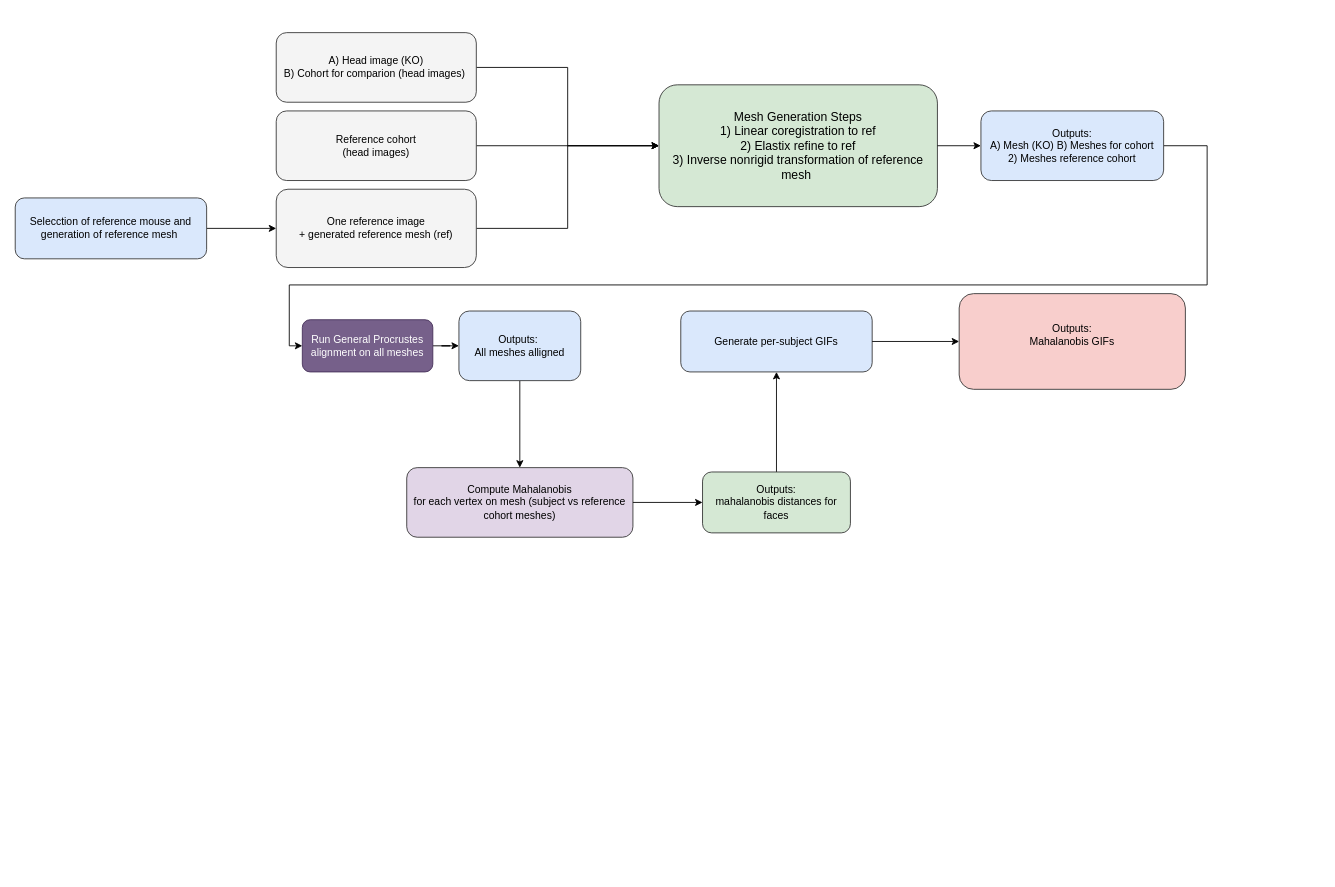
Above: compare_cohorts_per_subject.drawio in vendanov/SkullShape_clone (draw.io), before the change. Source tidied: cells renumbered, new cells numbered last; positions are measured from the earlier drawing's top-left corner, leaving out a move shared by most shapes. Both pictures are drawn from the tidied source at 87%, with x=0, y=0 at pixel (15, 32).
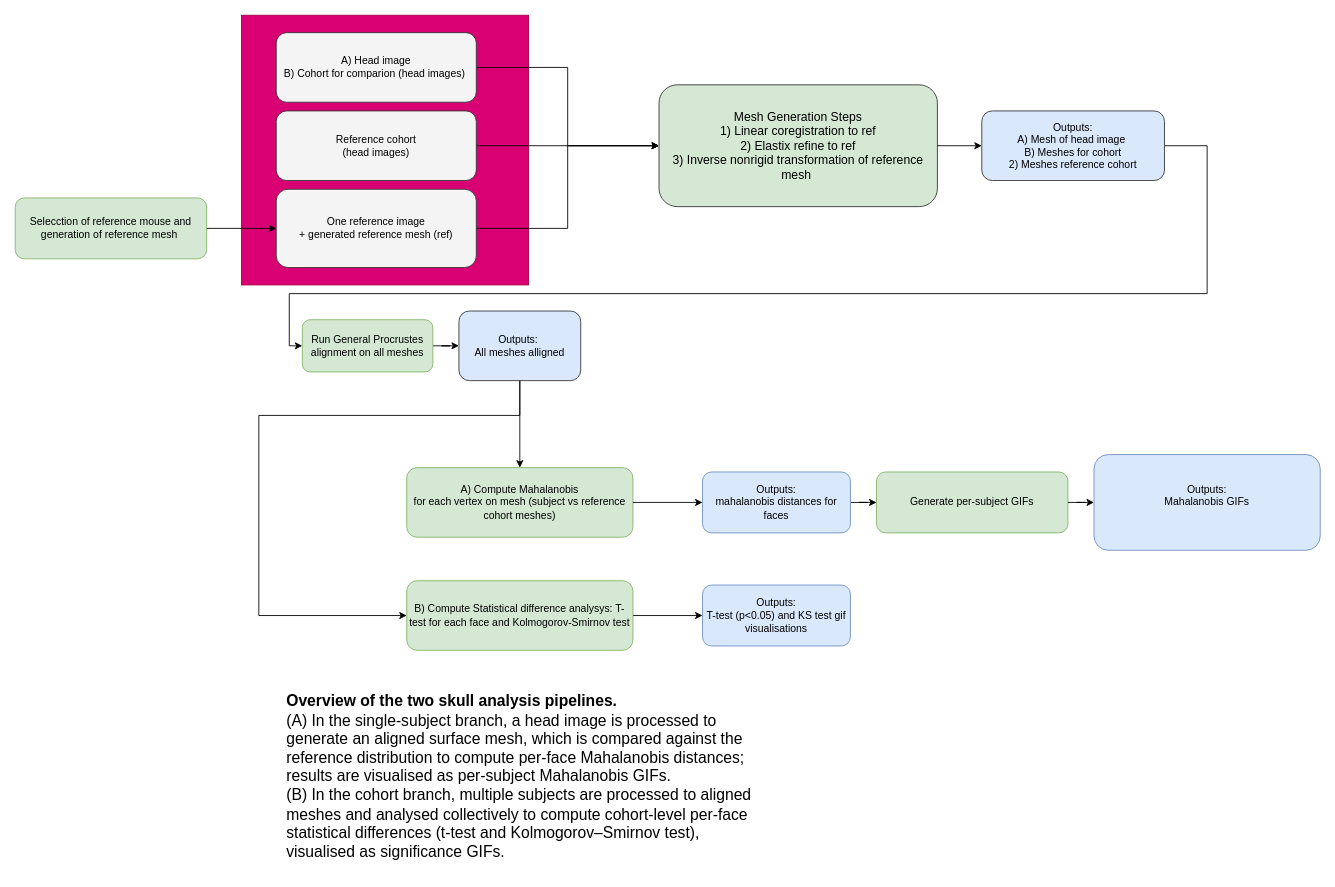
After the change.

Commit message (it also covers changes not shown here):
Filter phantom subjects from head extraction

Unchanged cells that the change refers to:
```xml
<mxCell id="20" value="Outputs:&amp;nbsp;&lt;br&gt;All meshes alligned" style="rounded=1;whiteSpace=wrap;html=1;fillColor=#dae8fc;strokeColor=#333333;" parent="1" vertex="1">
  <mxGeometry x="510" y="320" width="140" height="80" as="geometry" />
</mxCell>
```

The edit, as a diff of the source:
```diff
@@
+    <mxCell id="25" style="rounded=0;whiteSpace=wrap;html=1;fillColor=#d80073;strokeColor=#A50040;fontColor=#ffffff;" parent="1" vertex="1">
+      <mxGeometry x="260" y="-20" width="330" height="310" as="geometry" />
+    </mxCell>
@@
-    <mxCell id="3" value="A) Head image (KO)&lt;br&gt;B) Cohort for comparion (head images)&amp;nbsp;" style="rounded=1;whiteSpace=wrap;html=1;fillColor=#f4f4f4;strokeColor=#333333;" parent="1" vertex="1">
+    <mxCell id="3" value="A) Head image&lt;br&gt;B) Cohort for comparion (head images)&amp;nbsp;" style="rounded=1;whiteSpace=wrap;html=1;fillColor=#f4f4f4;strokeColor=#333333;" parent="1" vertex="1">
       <mxGeometry x="300" width="230" height="80" as="geometry" />
     </mxCell>
@@
     <mxCell id="9" style="edgeStyle=orthogonalEdgeStyle;rounded=0;jettySize=auto;html=1;exitX=1;exitY=0.5;exitDx=0;exitDy=0;entryX=0;entryY=0.5;entryDx=0;entryDy=0;" parent="1" edge="1" source="10" target="18">
       <mxGeometry relative="1" as="geometry">
         <Array as="points">
           <mxPoint x="1370" y="130" />
-          <mxPoint x="1370" y="290" />
-          <mxPoint x="315" y="290" />
+          <mxPoint x="1370" y="300" />
+          <mxPoint x="315" y="300" />
           <mxPoint x="315" y="360" />
         </Array>
       </mxGeometry>
     </mxCell>
-    <mxCell id="10" value="Outputs:&lt;div&gt;A) Mesh (KO) B) Meshes for cohort&lt;/div&gt;&lt;div&gt;2) Meshes reference cohort&lt;/div&gt;" style="rounded=1;whiteSpace=wrap;html=1;fillColor=#dae8fc;strokeColor=#333333;" parent="1" vertex="1">
-      <mxGeometry x="1110" y="90" width="210" height="80" as="geometry" />
+    <mxCell id="10" value="Outputs:&lt;div&gt;A) Mesh of head image&amp;nbsp;&lt;/div&gt;&lt;div&gt;B) Meshes for cohort&lt;/div&gt;&lt;div&gt;2) Meshes reference cohort&lt;/div&gt;" style="rounded=1;whiteSpace=wrap;html=1;fillColor=#dae8fc;strokeColor=#333333;" parent="1" vertex="1">
+      <mxGeometry x="1111" y="90" width="210" height="80" as="geometry" />
     </mxCell>
-    <mxCell id="11" value="Compute Mahalanobis&lt;div&gt;for each vertex on mesh (subject vs reference cohort meshes)&lt;/div&gt;" style="rounded=1;whiteSpace=wrap;html=1;fillColor=#e1d5e7;strokeColor=#333333;" parent="1" vertex="1">
+    <mxCell id="11" value="A) Compute Mahalanobis&lt;div&gt;for each vertex on mesh (subject vs reference cohort meshes)&lt;/div&gt;" style="rounded=1;whiteSpace=wrap;html=1;fillColor=#d5e8d4;strokeColor=#82b366;" parent="1" vertex="1">
       <mxGeometry x="450" y="500" width="260" height="80" as="geometry" />
     </mxCell>
-    <mxCell id="12" value="Generate per-subject GIFs" style="rounded=1;whiteSpace=wrap;html=1;fillColor=#dae8fc;strokeColor=#333333;" parent="1" vertex="1">
-      <mxGeometry x="765" y="320" width="220" height="70" as="geometry" />
+    <mxCell id="12" value="Generate per-subject GIFs" style="rounded=1;whiteSpace=wrap;html=1;fillColor=#d5e8d4;strokeColor=#82b366;" parent="1" vertex="1">
+      <mxGeometry x="990" y="505" width="220" height="70" as="geometry" />
     </mxCell>
-    <mxCell id="13" value="Outputs:&lt;br&gt;Mahalanobis GIFs&lt;div&gt;&lt;br&gt;&lt;/div&gt;" style="rounded=1;whiteSpace=wrap;html=1;fillColor=#f8cecc;strokeColor=#333333;" parent="1" vertex="1">
-      <mxGeometry x="1085" y="300" width="260" height="110" as="geometry" />
+    <mxCell id="13" value="Outputs:&lt;br&gt;Mahalanobis GIFs&lt;div&gt;&lt;br&gt;&lt;/div&gt;" style="rounded=1;whiteSpace=wrap;html=1;fillColor=#dae8fc;strokeColor=#6c8ebf;" parent="1" vertex="1">
+      <mxGeometry x="1240" y="485" width="260" height="110" as="geometry" />
     </mxCell>
@@
-    <mxCell id="18" value="Run General Procrustes alignment on all meshes" style="whiteSpace=wrap;html=1;fillColor=#76608a;strokeColor=#432D57;rounded=1;fontColor=#ffffff;" parent="1" vertex="1">
+    <mxCell id="18" value="Run General Procrustes alignment on all meshes" style="whiteSpace=wrap;html=1;fillColor=#d5e8d4;strokeColor=#82b366;rounded=1;" parent="1" vertex="1">
       <mxGeometry x="330" y="330" width="150" height="60" as="geometry" />
     </mxCell>
-    <mxCell id="19" style="edgeStyle=orthogonalEdgeStyle;rounded=0;jettySize=auto;html=1;" parent="1" edge="1" source="20" target="11">
-      <mxGeometry relative="1" as="geometry" />
+    <mxCell id="19" style="edgeStyle=orthogonalEdgeStyle;rounded=0;jettySize=auto;html=1;entryX=0;entryY=0.5;entryDx=0;entryDy=0;" parent="1" edge="1" source="20" target="27">
+      <mxGeometry relative="1" as="geometry">
+        <Array as="points">
+          <mxPoint x="580" y="440" />
+          <mxPoint x="280" y="440" />
+          <mxPoint x="280" y="670" />
+        </Array>
+      </mxGeometry>
     </mxCell>
@@
-    <mxCell id="22" value="Outputs:&lt;br&gt;mahalanobis distances for faces" style="rounded=1;whiteSpace=wrap;html=1;fillColor=#d5e8d4;strokeColor=#333333;" parent="1" vertex="1">
+    <mxCell id="22" value="Outputs:&lt;br&gt;mahalanobis distances for faces" style="rounded=1;whiteSpace=wrap;html=1;fillColor=#dae8fc;strokeColor=#6c8ebf;" parent="1" vertex="1">
       <mxGeometry x="790" y="505" width="170" height="70" as="geometry" />
     </mxCell>
@@
-    <mxCell id="24" value="Selecction of reference mouse and generation of reference mesh&amp;nbsp;" style="rounded=1;whiteSpace=wrap;html=1;fillColor=#dae8fc;strokeColor=#333333;" parent="1" vertex="1">
+    <mxCell id="24" value="Selecction of reference mouse and generation of reference mesh&amp;nbsp;" style="rounded=1;whiteSpace=wrap;html=1;fillColor=#d5e8d4;strokeColor=#82b366;" parent="1" vertex="1">
       <mxGeometry y="190" width="220" height="70" as="geometry" />
     </mxCell>
+    <mxCell id="26" style="edgeStyle=orthogonalEdgeStyle;rounded=0;jettySize=auto;html=1;" parent="1" edge="1" source="27" target="29">
+      <mxGeometry relative="1" as="geometry" />
+    </mxCell>
+    <mxCell id="27" value="B) Compute Statistical difference analysys: T-test for each face and Kolmogorov-Smirnov test" style="rounded=1;whiteSpace=wrap;html=1;fillColor=#d5e8d4;strokeColor=#82b366;" parent="1" vertex="1">
+      <mxGeometry x="450" y="630" width="260" height="80" as="geometry" />
+    </mxCell>
+    <mxCell id="28" style="edgeStyle=orthogonalEdgeStyle;rounded=0;jettySize=auto;html=1;entryX=0.5;entryY=0;entryDx=0;entryDy=0;exitX=0.5;exitY=1;exitDx=0;exitDy=0;" parent="1" edge="1" source="20" target="11">
+      <mxGeometry relative="1" as="geometry">
+        <Array as="points">
+          <mxPoint x="580" y="480" />
+          <mxPoint x="580" y="480" />
+        </Array>
+      </mxGeometry>
+    </mxCell>
+    <mxCell id="29" value="Outputs:&lt;br&gt;T-test (p&amp;lt;0.05) and KS test gif visualisations" style="rounded=1;whiteSpace=wrap;html=1;fillColor=#dae8fc;strokeColor=#6c8ebf;" parent="1" vertex="1">
+      <mxGeometry x="790" y="635" width="170" height="70" as="geometry" />
+    </mxCell>
+    <mxCell id="30" value="&lt;p&gt;&lt;font style=&quot;font-size: 18px;&quot;&gt;&lt;strong&gt;Overview of the two skull analysis pipelines.&lt;/strong&gt;&lt;br&gt;(A) In the single-subject branch, a head image is processed to generate an aligned surface mesh, which is compared against the reference distribution to compute per-face Mahalanobis distances; results are visualised as per-subject Mahalanobis GIFs.&lt;br&gt;(B) In the cohort branch, multiple subjects are processed to aligned meshes and analysed collectively to compute cohort-level per-face statistical differences (t-test and Kolmogorov–Smirnov test), visualised as significance GIFs.&lt;/font&gt;&lt;/p&gt;" style="text;whiteSpace=wrap;html=1;" parent="1" vertex="1">
+      <mxGeometry x="310" y="740" width="560" height="150" as="geometry" />
+    </mxCell>
```
